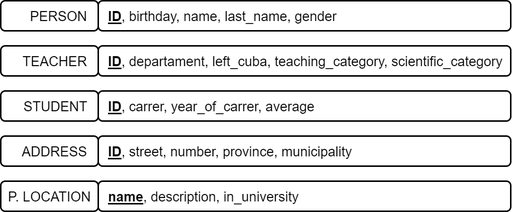
Before: design/MER.png, a diagram exported from draw.io (albertolicea00/CRUD-PyQt). Source tidied: cells renumbered, new cells last; positions are measured from the earlier drawing's top-left corner, leaving out a move shared by most shapes.
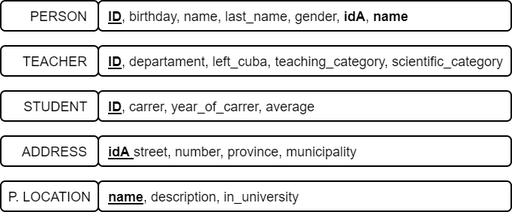
The same diagram one commit later.

The edit, as a diff of the source:
```diff
@@ -5,9 +5,9 @@
     <mxCell id="2" value="&lt;span style=&quot;font-size: 9px&quot;&gt;PERSON&amp;nbsp;&amp;nbsp;&lt;/span&gt;" style="rounded=1;whiteSpace=wrap;html=1;shadow=0;sketch=0;fontSize=5;align=right;" parent="1" vertex="1">
       <mxGeometry width="65" height="20" as="geometry" />
     </mxCell>
-    <mxCell id="3" value="&lt;span style=&quot;font-size: 9px&quot;&gt;&amp;nbsp; &lt;u style=&quot;font-weight: bold&quot;&gt;ID&lt;/u&gt;&lt;/span&gt;&lt;span style=&quot;font-size: 9px&quot;&gt;, birthday, name, last_name, gender&lt;/span&gt;" style="rounded=1;whiteSpace=wrap;html=1;shadow=0;sketch=0;fontSize=5;align=left;" parent="1" vertex="1">
-      <mxGeometry x="65" width="275" height="20" as="geometry" />
-    </mxCell>
+    <mxCell id="12" value="&lt;span style=&quot;font-size: 9px&quot;&gt;&amp;nbsp; &lt;u style=&quot;font-weight: bold&quot;&gt;ID&lt;/u&gt;&lt;/span&gt;&lt;span style=&quot;font-size: 9px&quot;&gt;, birthday, name, last_name, gender, &lt;b&gt;idA&lt;/b&gt;, &lt;b&gt;name&lt;/b&gt;&lt;/span&gt;" style="rounded=1;whiteSpace=wrap;html=1;shadow=0;sketch=0;fontSize=5;align=left;" parent="1" vertex="1">
+      <mxGeometry x="65" width="275" height="20" as="geometry" />
+    </mxCell>
     <mxCell id="4" value="&lt;span style=&quot;font-size: 9px&quot;&gt;TEACHER&lt;/span&gt;&lt;span style=&quot;font-size: 9px ; text-align: left&quot;&gt;&amp;nbsp;&amp;nbsp;&lt;/span&gt;" style="rounded=1;whiteSpace=wrap;html=1;shadow=0;sketch=0;fontSize=5;align=right;" parent="1" vertex="1">
       <mxGeometry y="30" width="65" height="20" as="geometry" />
     </mxCell>
@@ -23,13 +23,13 @@
     <mxCell id="8" value="&lt;span style=&quot;font-size: 9px&quot;&gt;ADDRESS&amp;nbsp;&amp;nbsp;&lt;/span&gt;" style="rounded=1;whiteSpace=wrap;html=1;shadow=0;sketch=0;fontSize=5;align=right;" parent="1" vertex="1">
       <mxGeometry y="90" width="65" height="20" as="geometry" />
     </mxCell>
-    <mxCell id="9" value="&lt;span style=&quot;font-size: 9px&quot;&gt;&amp;nbsp;&amp;nbsp;&lt;/span&gt;&lt;b style=&quot;font-size: 9px&quot;&gt;&lt;u&gt;ID&lt;/u&gt;&lt;/b&gt;&lt;span style=&quot;font-size: 9px&quot;&gt;, street, number, province, municipality&lt;/span&gt;" style="rounded=1;whiteSpace=wrap;html=1;shadow=0;sketch=0;fontSize=5;align=left;" parent="1" vertex="1">
-      <mxGeometry x="65" y="90" width="275" height="20" as="geometry" />
-    </mxCell>
+    <mxCell id="13" value="&lt;span style=&quot;font-size: 9px&quot;&gt;&amp;nbsp;&amp;nbsp;&lt;/span&gt;&lt;span style=&quot;font-size: 9px&quot;&gt;&lt;b&gt;&lt;u&gt;idA &lt;/u&gt;&lt;/b&gt;street, number, province, municipality&lt;/span&gt;" style="rounded=1;whiteSpace=wrap;html=1;shadow=0;sketch=0;fontSize=5;align=left;" parent="1" vertex="1">
+      <mxGeometry x="65" y="90" width="275" height="20" as="geometry" />
+    </mxCell>
     <mxCell id="10" value="&lt;span style=&quot;font-size: 9px&quot;&gt;P. LOCATION&amp;nbsp;&lt;/span&gt;" style="rounded=1;whiteSpace=wrap;html=1;shadow=0;sketch=0;fontSize=5;align=right;" parent="1" vertex="1">
       <mxGeometry y="120" width="65" height="20" as="geometry" />
     </mxCell>
-    <mxCell id="11" value="&lt;span style=&quot;font-size: 9px&quot;&gt;&amp;nbsp; &lt;b&gt;&lt;u&gt;name&lt;/u&gt;&lt;/b&gt;&lt;/span&gt;&lt;span style=&quot;font-size: 9px&quot;&gt;, description, in_university&lt;/span&gt;" style="rounded=1;whiteSpace=wrap;html=1;shadow=0;sketch=0;fontSize=5;align=left;" parent="1" vertex="1">
+    <mxCell id="11" value="&lt;span style=&quot;font-size: 9px&quot;&gt;&amp;nbsp; &lt;b&gt;&lt;u&gt;name&lt;/u&gt;&lt;/b&gt;&lt;/span&gt;&lt;span style=&quot;font-size: 9px&quot;&gt;,&lt;/span&gt;&lt;span style=&quot;font-size: 9px&quot;&gt;&amp;nbsp;&lt;/span&gt;&lt;span style=&quot;font-size: 9px&quot;&gt;description, in_university&lt;/span&gt;" style="rounded=1;whiteSpace=wrap;html=1;shadow=0;sketch=0;fontSize=5;align=left;" parent="1" vertex="1">
       <mxGeometry x="65" y="120" width="275" height="20" as="geometry" />
     </mxCell>
   </root>
```
